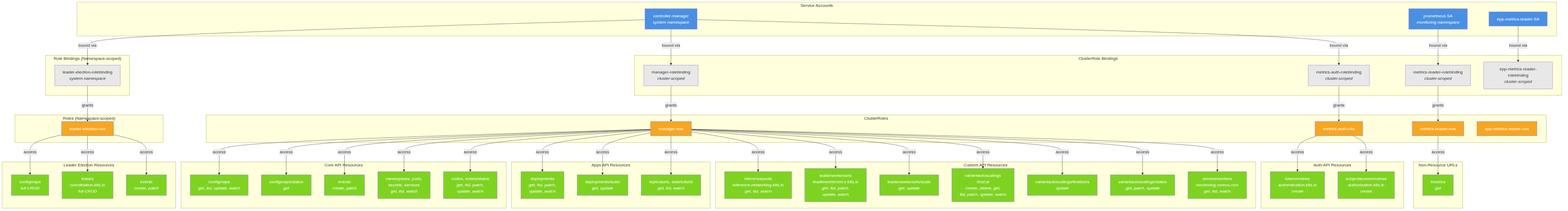
rhuss/architecture-context keeps this Mermaid diagram as architecture/rhoai.next/diagrams/workload-variant-autoscaler-rbac.png. Above is the earlier version. Its source is kept beside it as architecture/rhoai.next/diagrams/workload-variant-autoscaler-rbac.mmd. Its diagram source:
```mermaid
graph TD
    subgraph ServiceAccounts["Service Accounts"]
        SA_Controller["controller-manager<br/><i>system namespace</i>"]
        SA_Prometheus["prometheus SA<br/><i>monitoring namespace</i>"]
        SA_EPP["epp-metrics-reader SA"]
    end

    subgraph ClusterRoleBindings["ClusterRole Bindings"]
        CRB_Manager["manager-rolebinding<br/><i>cluster-scoped</i>"]
        CRB_MetricsAuth["metrics-auth-rolebinding<br/><i>cluster-scoped</i>"]
        CRB_MetricsReader["metrics-reader-rolebinding<br/><i>cluster-scoped</i>"]
        CRB_EPP["epp-metrics-reader-rolebinding<br/><i>cluster-scoped</i>"]
    end

    subgraph RoleBindings["Role Bindings (Namespace-scoped)"]
        RB_Leader["leader-election-rolebinding<br/><i>system namespace</i>"]
    end

    subgraph ClusterRoles["ClusterRoles"]
        CR_Manager["manager-role"]
        CR_MetricsAuth["metrics-auth-role"]
        CR_MetricsReader["metrics-reader-role"]
        CR_EPP["epp-metrics-reader-role"]
    end

    subgraph Roles["Roles (Namespace-scoped)"]
        R_Leader["leader-election-role"]
    end

    subgraph Resources_Core["Core API Resources"]
        ConfigMaps["configmaps<br/><i>get, list, update, watch</i>"]
        ConfigMapsStatus["configmaps/status<br/><i>get</i>"]
        Events["events<br/><i>create, patch</i>"]
        NSPodsSvcSecrets["namespaces, pods,<br/>secrets, services<br/><i>get, list, watch</i>"]
        Nodes["nodes, nodes/status<br/><i>get, list, patch,<br/>update, watch</i>"]
    end

    subgraph Resources_Apps["Apps API Resources"]
        Deployments["deployments<br/><i>get, list, patch,<br/>update, watch</i>"]
        DeploymentsScale["deployments/scale<br/><i>get, update</i>"]
        RSStatefulSets["replicasets, statefulsets<br/><i>get, list, watch</i>"]
    end

    subgraph Resources_Custom["Custom API Resources"]
        InferencePools["inferencepools<br/><i>inference.networking.k8s.io</i><br/><i>get, list, watch</i>"]
        LWS["leaderworkersets<br/><i>leaderworkerset.x-k8s.io</i><br/><i>get, list, patch,<br/>update, watch</i>"]
        LWSScale["leaderworkersets/scale<br/><i>get, update</i>"]
        VA["variantautoscalings<br/><i>llmd.ai</i><br/><i>create, delete, get,<br/>list, patch, update, watch</i>"]
        VAFinalizers["variantautoscalings/finalizers<br/><i>update</i>"]
        VAStatus["variantautoscalings/status<br/><i>get, patch, update</i>"]
        ServiceMonitors["servicemonitors<br/><i>monitoring.coreos.com</i><br/><i>get, list, watch</i>"]
    end

    subgraph Resources_Auth["Auth API Resources"]
        TokenReviews["tokenreviews<br/><i>authentication.k8s.io</i><br/><i>create</i>"]
        SAR["subjectaccessreviews<br/><i>authorization.k8s.io</i><br/><i>create</i>"]
    end

    subgraph Resources_NonResource["Non-Resource URLs"]
        MetricsURL["/metrics<br/><i>get</i>"]
    end

    subgraph Resources_Leader["Leader Election Resources"]
        LE_ConfigMaps["configmaps<br/><i>full CRUD</i>"]
        LE_Leases["leases<br/><i>coordination.k8s.io</i><br/><i>full CRUD</i>"]
        LE_Events["events<br/><i>create, patch</i>"]
    end

    SA_Controller -->|bound via| CRB_Manager
    SA_Controller -->|bound via| CRB_MetricsAuth
    SA_Controller -->|bound via| RB_Leader
    SA_Prometheus -->|bound via| CRB_MetricsReader
    SA_EPP -->|bound via| CRB_EPP

    CRB_Manager -->|grants| CR_Manager
    CRB_MetricsAuth -->|grants| CR_MetricsAuth
    CRB_MetricsReader -->|grants| CR_MetricsReader
    RB_Leader -->|grants| R_Leader

    CR_Manager -->|access| ConfigMaps
    CR_Manager -->|access| ConfigMapsStatus
    CR_Manager -->|access| Events
    CR_Manager -->|access| NSPodsSvcSecrets
    CR_Manager -->|access| Nodes
    CR_Manager -->|access| Deployments
    CR_Manager -->|access| DeploymentsScale
    CR_Manager -->|access| RSStatefulSets
    CR_Manager -->|access| InferencePools
    CR_Manager -->|access| LWS
    CR_Manager -->|access| LWSScale
    CR_Manager -->|access| VA
    CR_Manager -->|access| VAFinalizers
    CR_Manager -->|access| VAStatus
    CR_Manager -->|access| ServiceMonitors

    CR_MetricsAuth -->|access| TokenReviews
    CR_MetricsAuth -->|access| SAR

    CR_MetricsReader -->|access| MetricsURL

    R_Leader -->|access| LE_ConfigMaps
    R_Leader -->|access| LE_Leases
    R_Leader -->|access| LE_Events

    style SA_Controller fill:#4a90e2,color:#fff
    style SA_Prometheus fill:#4a90e2,color:#fff
    style SA_EPP fill:#4a90e2,color:#fff
    style CR_Manager fill:#f5a623,color:#fff
    style CR_MetricsAuth fill:#f5a623,color:#fff
    style CR_MetricsReader fill:#f5a623,color:#fff
    style CR_EPP fill:#f5a623,color:#fff
    style R_Leader fill:#f5a623,color:#fff
    style CRB_Manager fill:#e8e8e8
    style CRB_MetricsAuth fill:#e8e8e8
    style CRB_MetricsReader fill:#e8e8e8
    style CRB_EPP fill:#e8e8e8
    style RB_Leader fill:#e8e8e8
    style VA fill:#7ed321,color:#fff
    style VAFinalizers fill:#7ed321,color:#fff
    style VAStatus fill:#7ed321,color:#fff
    style InferencePools fill:#7ed321,color:#fff
    style LWS fill:#7ed321,color:#fff
    style LWSScale fill:#7ed321,color:#fff
    style ServiceMonitors fill:#7ed321,color:#fff
    style ConfigMaps fill:#7ed321,color:#fff
    style ConfigMapsStatus fill:#7ed321,color:#fff
    style Events fill:#7ed321,color:#fff
    style NSPodsSvcSecrets fill:#7ed321,color:#fff
    style Nodes fill:#7ed321,color:#fff
    style Deployments fill:#7ed321,color:#fff
    style DeploymentsScale fill:#7ed321,color:#fff
    style RSStatefulSets fill:#7ed321,color:#fff
    style TokenReviews fill:#7ed321,color:#fff
    style SAR fill:#7ed321,color:#fff
    style MetricsURL fill:#7ed321,color:#fff
    style LE_ConfigMaps fill:#7ed321,color:#fff
    style LE_Leases fill:#7ed321,color:#fff
    style LE_Events fill:#7ed321,color:#fff
```
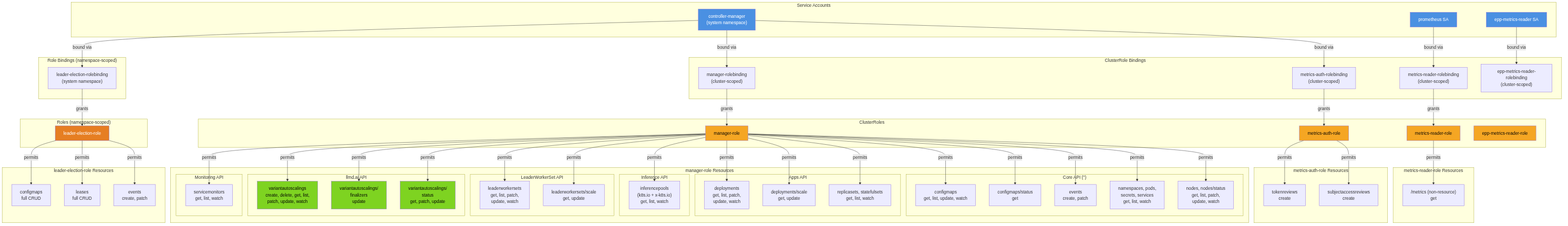
After the change.

Change to the diagram source:
```diff
@@ -1,138 +1,128 @@
 graph TD
     subgraph ServiceAccounts["Service Accounts"]
-        SA_Controller["controller-manager<br/><i>system namespace</i>"]
-        SA_Prometheus["prometheus SA<br/><i>monitoring namespace</i>"]
+        SA_CM["controller-manager<br/>(system namespace)"]
+        SA_Prom["prometheus SA"]
         SA_EPP["epp-metrics-reader SA"]
     end
 
     subgraph ClusterRoleBindings["ClusterRole Bindings"]
-        CRB_Manager["manager-rolebinding<br/><i>cluster-scoped</i>"]
-        CRB_MetricsAuth["metrics-auth-rolebinding<br/><i>cluster-scoped</i>"]
-        CRB_MetricsReader["metrics-reader-rolebinding<br/><i>cluster-scoped</i>"]
-        CRB_EPP["epp-metrics-reader-rolebinding<br/><i>cluster-scoped</i>"]
+        CRB_Manager["manager-rolebinding<br/>(cluster-scoped)"]
+        CRB_MetricsAuth["metrics-auth-rolebinding<br/>(cluster-scoped)"]
+        CRB_MetricsReader["metrics-reader-rolebinding<br/>(cluster-scoped)"]
+        CRB_EPP["epp-metrics-reader-rolebinding<br/>(cluster-scoped)"]
     end
 
-    subgraph RoleBindings["Role Bindings (Namespace-scoped)"]
-        RB_Leader["leader-election-rolebinding<br/><i>system namespace</i>"]
+    subgraph RoleBindings["Role Bindings (namespace-scoped)"]
+        RB_Leader["leader-election-rolebinding<br/>(system namespace)"]
     end
 
     subgraph ClusterRoles["ClusterRoles"]
         CR_Manager["manager-role"]
         CR_MetricsAuth["metrics-auth-role"]
         CR_MetricsReader["metrics-reader-role"]
-        CR_EPP["epp-metrics-reader-role"]
+        CR_EPPReader["epp-metrics-reader-role"]
     end
 
-    subgraph Roles["Roles (Namespace-scoped)"]
+    subgraph Roles["Roles (namespace-scoped)"]
         R_Leader["leader-election-role"]
     end
 
-    subgraph Resources_Core["Core API Resources"]
-        ConfigMaps["configmaps<br/><i>get, list, update, watch</i>"]
-        ConfigMapsStatus["configmaps/status<br/><i>get</i>"]
-        Events["events<br/><i>create, patch</i>"]
-        NSPodsSvcSecrets["namespaces, pods,<br/>secrets, services<br/><i>get, list, watch</i>"]
-        Nodes["nodes, nodes/status<br/><i>get, list, patch,<br/>update, watch</i>"]
+    subgraph ManagerResources["manager-role Resources"]
+        direction LR
+
+        subgraph CoreAPI["Core API ('')"]
+            ConfigMaps["configmaps<br/>get, list, update, watch"]
+            ConfigMapsStatus["configmaps/status<br/>get"]
+            Events["events<br/>create, patch"]
+            NSPodSecSvc["namespaces, pods,<br/>secrets, services<br/>get, list, watch"]
+            NodesRes["nodes, nodes/status<br/>get, list, patch,<br/>update, watch"]
+        end
+
+        subgraph AppsAPI["Apps API"]
+            Deployments["deployments<br/>get, list, patch,<br/>update, watch"]
+            DeployScale["deployments/scale<br/>get, update"]
+            RSStateful["replicasets, statefulsets<br/>get, list, watch"]
+        end
+
+        subgraph InferenceAPI["Inference API"]
+            InferencePools["inferencepools<br/>(k8s.io + x-k8s.io)<br/>get, list, watch"]
+        end
+
+        subgraph LWSAPI["LeaderWorkerSet API"]
+            LWSRes["leaderworkersets<br/>get, list, patch,<br/>update, watch"]
+            LWSScale["leaderworkersets/scale<br/>get, update"]
+        end
+
+        subgraph LLMDAPI["llmd.ai API"]
+            VA["variantautoscalings<br/>create, delete, get, list,<br/>patch, update, watch"]
+            VAFin["variantautoscalings/<br/>finalizers<br/>update"]
+            VAStatus["variantautoscalings/<br/>status<br/>get, patch, update"]
+        end
+
+        subgraph MonitoringAPI["Monitoring API"]
+            SM["servicemonitors<br/>get, list, watch"]
+        end
     end
 
-    subgraph Resources_Apps["Apps API Resources"]
-        Deployments["deployments<br/><i>get, list, patch,<br/>update, watch</i>"]
-        DeploymentsScale["deployments/scale<br/><i>get, update</i>"]
-        RSStatefulSets["replicasets, statefulsets<br/><i>get, list, watch</i>"]
+    subgraph AuthResources["metrics-auth-role Resources"]
+        TokenReviews["tokenreviews<br/>create"]
+        SAR["subjectaccessreviews<br/>create"]
     end
 
-    subgraph Resources_Custom["Custom API Resources"]
-        InferencePools["inferencepools<br/><i>inference.networking.k8s.io</i><br/><i>get, list, watch</i>"]
-        LWS["leaderworkersets<br/><i>leaderworkerset.x-k8s.io</i><br/><i>get, list, patch,<br/>update, watch</i>"]
-        LWSScale["leaderworkersets/scale<br/><i>get, update</i>"]
-        VA["variantautoscalings<br/><i>llmd.ai</i><br/><i>create, delete, get,<br/>list, patch, update, watch</i>"]
-        VAFinalizers["variantautoscalings/finalizers<br/><i>update</i>"]
-        VAStatus["variantautoscalings/status<br/><i>get, patch, update</i>"]
-        ServiceMonitors["servicemonitors<br/><i>monitoring.coreos.com</i><br/><i>get, list, watch</i>"]
+    subgraph MetricsResources["metrics-reader-role Resources"]
+        MetricsURL["/metrics (non-resource)<br/>get"]
     end
 
-    subgraph Resources_Auth["Auth API Resources"]
-        TokenReviews["tokenreviews<br/><i>authentication.k8s.io</i><br/><i>create</i>"]
-        SAR["subjectaccessreviews<br/><i>authorization.k8s.io</i><br/><i>create</i>"]
+    subgraph LeaderResources["leader-election-role Resources"]
+        LEConfigMaps["configmaps<br/>full CRUD"]
+        LELeases["leases<br/>full CRUD"]
+        LEEvents["events<br/>create, patch"]
     end
 
-    subgraph Resources_NonResource["Non-Resource URLs"]
-        MetricsURL["/metrics<br/><i>get</i>"]
-    end
+    SA_CM -->|"bound via"| CRB_Manager
+    SA_CM -->|"bound via"| CRB_MetricsAuth
+    SA_CM -->|"bound via"| RB_Leader
+    SA_Prom -->|"bound via"| CRB_MetricsReader
+    SA_EPP -->|"bound via"| CRB_EPP
 
-    subgraph Resources_Leader["Leader Election Resources"]
-        LE_ConfigMaps["configmaps<br/><i>full CRUD</i>"]
-        LE_Leases["leases<br/><i>coordination.k8s.io</i><br/><i>full CRUD</i>"]
-        LE_Events["events<br/><i>create, patch</i>"]
-    end
+    CRB_Manager -->|"grants"| CR_Manager
+    CRB_MetricsAuth -->|"grants"| CR_MetricsAuth
+    CRB_MetricsReader -->|"grants"| CR_MetricsReader
+    RB_Leader -->|"grants"| R_Leader
 
-    SA_Controller -->|bound via| CRB_Manager
-    SA_Controller -->|bound via| CRB_MetricsAuth
-    SA_Controller -->|bound via| RB_Leader
-    SA_Prometheus -->|bound via| CRB_MetricsReader
-    SA_EPP -->|bound via| CRB_EPP
+    CR_Manager -->|"permits"| ConfigMaps
+    CR_Manager -->|"permits"| ConfigMapsStatus
+    CR_Manager -->|"permits"| Events
+    CR_Manager -->|"permits"| NSPodSecSvc
+    CR_Manager -->|"permits"| NodesRes
+    CR_Manager -->|"permits"| Deployments
+    CR_Manager -->|"permits"| DeployScale
+    CR_Manager -->|"permits"| RSStateful
+    CR_Manager -->|"permits"| InferencePools
+    CR_Manager -->|"permits"| LWSRes
+    CR_Manager -->|"permits"| LWSScale
+    CR_Manager -->|"permits"| VA
+    CR_Manager -->|"permits"| VAFin
+    CR_Manager -->|"permits"| VAStatus
+    CR_Manager -->|"permits"| SM
 
-    CRB_Manager -->|grants| CR_Manager
-    CRB_MetricsAuth -->|grants| CR_MetricsAuth
-    CRB_MetricsReader -->|grants| CR_MetricsReader
-    RB_Leader -->|grants| R_Leader
+    CR_MetricsAuth -->|"permits"| TokenReviews
+    CR_MetricsAuth -->|"permits"| SAR
 
-    CR_Manager -->|access| ConfigMaps
-    CR_Manager -->|access| ConfigMapsStatus
-    CR_Manager -->|access| Events
-    CR_Manager -->|access| NSPodsSvcSecrets
-    CR_Manager -->|access| Nodes
-    CR_Manager -->|access| Deployments
-    CR_Manager -->|access| DeploymentsScale
-    CR_Manager -->|access| RSStatefulSets
-    CR_Manager -->|access| InferencePools
-    CR_Manager -->|access| LWS
-    CR_Manager -->|access| LWSScale
-    CR_Manager -->|access| VA
-    CR_Manager -->|access| VAFinalizers
-    CR_Manager -->|access| VAStatus
-    CR_Manager -->|access| ServiceMonitors
+    CR_MetricsReader -->|"permits"| MetricsURL
 
-    CR_MetricsAuth -->|access| TokenReviews
-    CR_MetricsAuth -->|access| SAR
+    R_Leader -->|"permits"| LEConfigMaps
+    R_Leader -->|"permits"| LELeases
+    R_Leader -->|"permits"| LEEvents
 
-    CR_MetricsReader -->|access| MetricsURL
-
-    R_Leader -->|access| LE_ConfigMaps
-    R_Leader -->|access| LE_Leases
-    R_Leader -->|access| LE_Events
-
-    style SA_Controller fill:#4a90e2,color:#fff
-    style SA_Prometheus fill:#4a90e2,color:#fff
+    style SA_CM fill:#4a90e2,color:#fff
+    style SA_Prom fill:#4a90e2,color:#fff
     style SA_EPP fill:#4a90e2,color:#fff
-    style CR_Manager fill:#f5a623,color:#fff
-    style CR_MetricsAuth fill:#f5a623,color:#fff
-    style CR_MetricsReader fill:#f5a623,color:#fff
-    style CR_EPP fill:#f5a623,color:#fff
-    style R_Leader fill:#f5a623,color:#fff
-    style CRB_Manager fill:#e8e8e8
-    style CRB_MetricsAuth fill:#e8e8e8
-    style CRB_MetricsReader fill:#e8e8e8
-    style CRB_EPP fill:#e8e8e8
-    style RB_Leader fill:#e8e8e8
-    style VA fill:#7ed321,color:#fff
-    style VAFinalizers fill:#7ed321,color:#fff
-    style VAStatus fill:#7ed321,color:#fff
-    style InferencePools fill:#7ed321,color:#fff
-    style LWS fill:#7ed321,color:#fff
-    style LWSScale fill:#7ed321,color:#fff
-    style ServiceMonitors fill:#7ed321,color:#fff
-    style ConfigMaps fill:#7ed321,color:#fff
-    style ConfigMapsStatus fill:#7ed321,color:#fff
-    style Events fill:#7ed321,color:#fff
-    style NSPodsSvcSecrets fill:#7ed321,color:#fff
-    style Nodes fill:#7ed321,color:#fff
-    style Deployments fill:#7ed321,color:#fff
-    style DeploymentsScale fill:#7ed321,color:#fff
-    style RSStatefulSets fill:#7ed321,color:#fff
-    style TokenReviews fill:#7ed321,color:#fff
-    style SAR fill:#7ed321,color:#fff
-    style MetricsURL fill:#7ed321,color:#fff
-    style LE_ConfigMaps fill:#7ed321,color:#fff
-    style LE_Leases fill:#7ed321,color:#fff
-    style LE_Events fill:#7ed321,color:#fff
+    style CR_Manager fill:#f5a623,color:#000
+    style CR_MetricsAuth fill:#f5a623,color:#000
+    style CR_MetricsReader fill:#f5a623,color:#000
+    style CR_EPPReader fill:#f5a623,color:#000
+    style R_Leader fill:#e67e22,color:#fff
+    style VA fill:#7ed321,color:#000
+    style VAFin fill:#7ed321,color:#000
+    style VAStatus fill:#7ed321,color:#000
```
